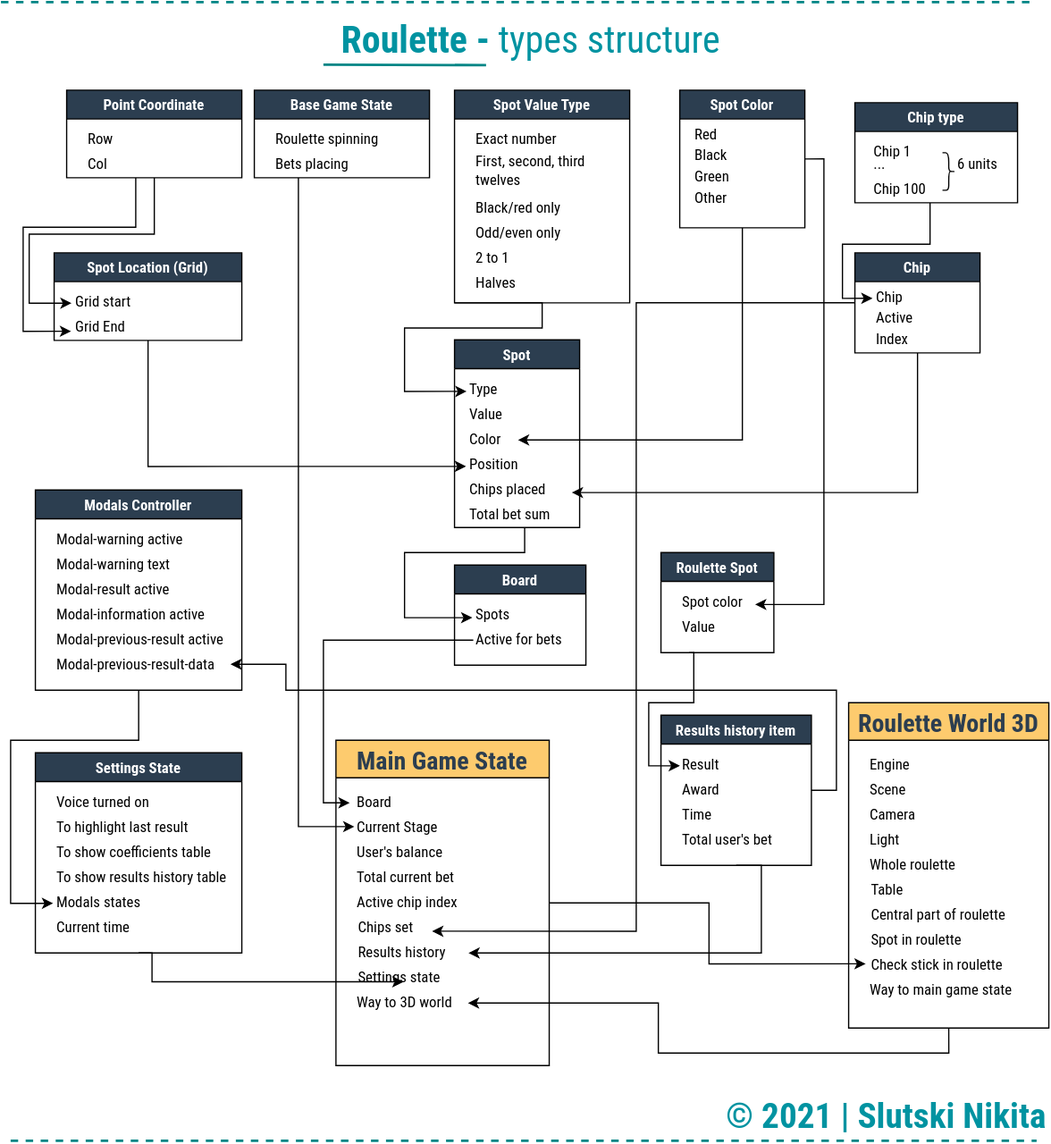
user-of-github/evo-ts-bootcamp keeps this draw.io diagram as course-work/roulette/types-scheme-demo.svg. Above is the earlier version. Source tidied: cells renumbered, new cells last; positions are measured from the earlier drawing's top-left corner, leaving out a move shared by most shapes.
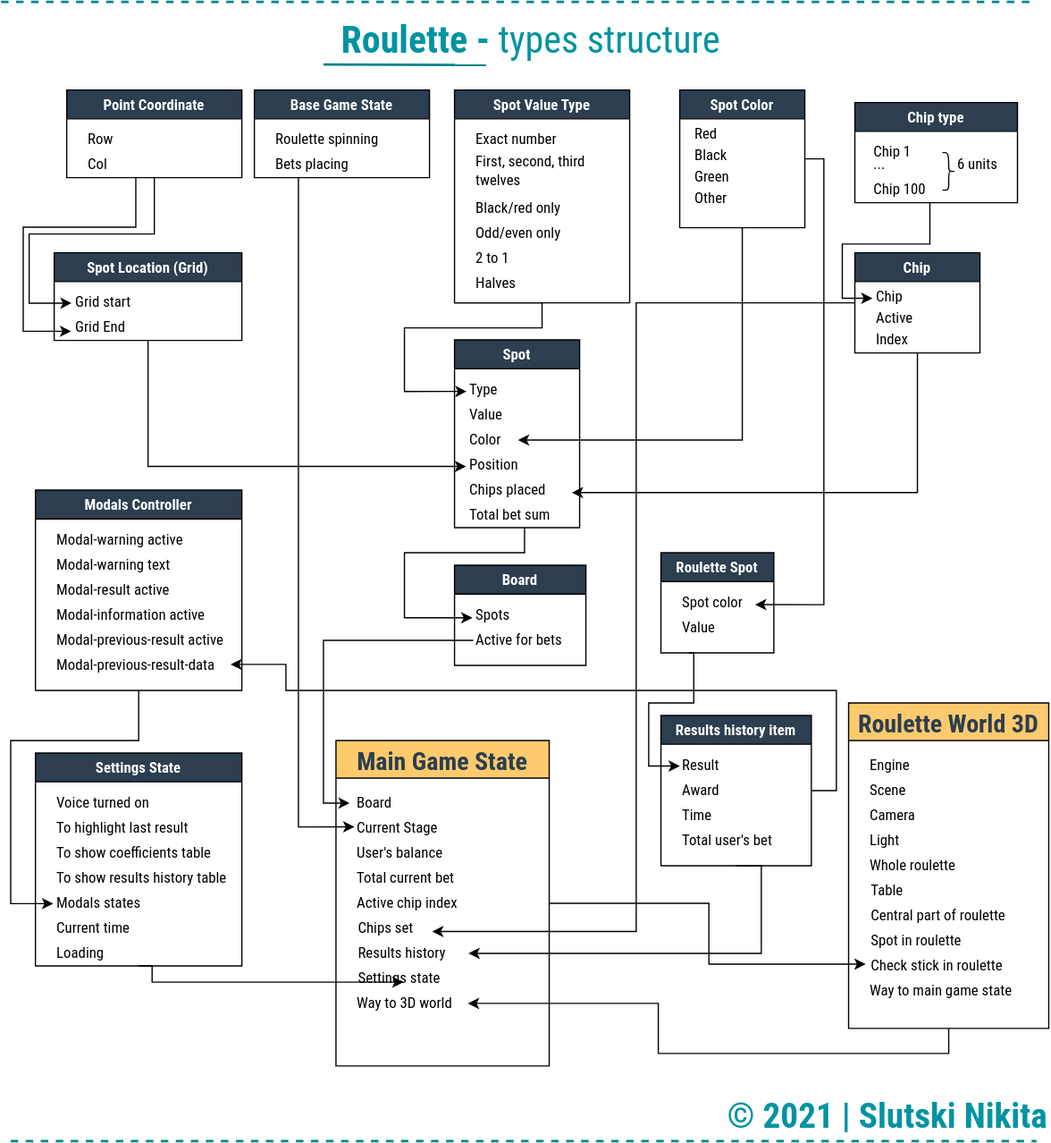
After the commit.

Diff of the diagram source:
```diff
@@ -362,7 +362,7 @@
       </mxGeometry>
     </mxCell>
     <mxCell id="90" value="Settings State" style="swimlane;startSize=23;fontFamily=Roboto Condensed;fontSource=https%3A%2F%2Ffonts.googleapis.com%2Fcss%3Ffamily%3DRoboto%2BCondensed;fillColor=#2C3E50;fontColor=#FFFFFF;" parent="1" vertex="1">
-      <mxGeometry x="27.8" y="600" width="165" height="160" as="geometry" />
+      <mxGeometry x="27.8" y="600" width="165" height="170" as="geometry" />
     </mxCell>
     <mxCell id="91" value="To highlight last result" style="text;html=1;align=left;verticalAlign=middle;strokeColor=none;labelPosition=center;verticalLabelPosition=middle;fontFamily=Roboto Condensed;fontSource=https%3A%2F%2Ffonts.googleapis.com%2Fcss%3Ffamily%3DRoboto%2BCondensed;" parent="90" vertex="1">
       <mxGeometry x="15" y="50" width="120" height="20" as="geometry" />
@@ -382,6 +382,9 @@
     <mxCell id="96" value="Current time" style="text;html=1;align=left;verticalAlign=middle;strokeColor=none;labelPosition=center;verticalLabelPosition=middle;fontFamily=Roboto Condensed;fontSource=https%3A%2F%2Ffonts.googleapis.com%2Fcss%3Ffamily%3DRoboto%2BCondensed;" parent="90" vertex="1">
       <mxGeometry x="15" y="130" width="70" height="20" as="geometry" />
     </mxCell>
+    <mxCell id="117" value="Loading" style="text;html=1;align=left;verticalAlign=middle;strokeColor=none;labelPosition=center;verticalLabelPosition=middle;fontFamily=Roboto Condensed;fontSource=https%3A%2F%2Ffonts.googleapis.com%2Fcss%3Ffamily%3DRoboto%2BCondensed;" parent="90" vertex="1">
+      <mxGeometry x="15" y="150" width="50" height="20" as="geometry" />
+    </mxCell>
     <mxCell id="97" style="edgeStyle=orthogonalEdgeStyle;rounded=0;jettySize=auto;html=1;fontFamily=Roboto Condensed;fontSource=https%3A%2F%2Ffonts.googleapis.com%2Fcss%3Ffamily%3DRoboto%2BCondensed;fontSize=30;fontColor=#FFFFFF;entryX=-0.01;entryY=0.515;entryDx=0;entryDy=0;entryPerimeter=0;" parent="1" edge="1" source="98" target="95">
       <mxGeometry relative="1" as="geometry">
         <Array as="points">
```
